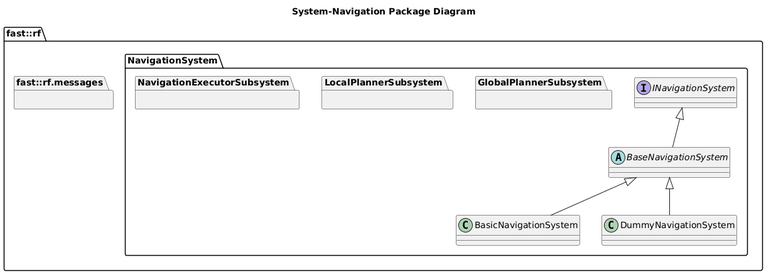
Before: Systems/Navigation/doc/puml/SystemNavigationPackageDiagram.png, a diagram exported from PlantUML (fastrobotics/robot_framework).
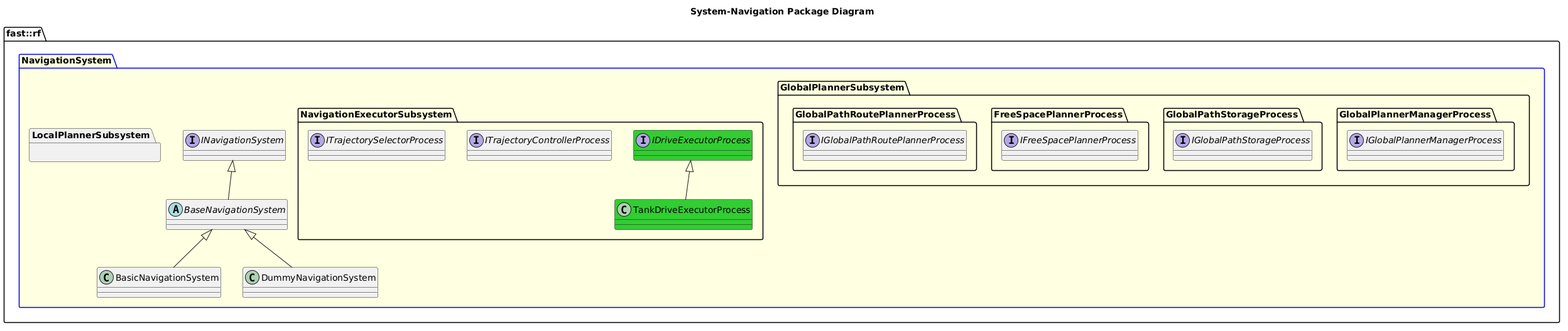
After the commit.

Change to the diagram source:
```diff
@@ -2,8 +2,7 @@
 title System-Navigation Package Diagram
 
 namespace fast::rf {
-  namespace messages  {}
-  namespace NavigationSystem {
+  package NavigationSystem #LightYellow;line:blue {
     interface INavigationSystem {
     }
     abstract BaseNavigationSystem {
@@ -16,14 +15,29 @@
     class DummyNavigationSystem  {
     }
     BaseNavigationSystem <|-- DummyNavigationSystem
-    package GlobalPlannerSubsystem {
+    namespace GlobalPlannerSubsystem {
+      namespace GlobalPlannerManagerProcess {
+        interface IGlobalPlannerManagerProcess
+      }
+      namespace GlobalPathStorageProcess {
+        interface IGlobalPathStorageProcess
+      }
+      namespace FreeSpacePlannerProcess {
+        interface IFreeSpacePlannerProcess
+      }
+      namespace GlobalPathRoutePlannerProcess {
+        interface IGlobalPathRoutePlannerProcess
+      }
+    }
+    namespace LocalPlannerSubsystem {
 
     }
-    package LocalPlannerSubsystem {
-
-    }
-    package NavigationExecutorSubsystem {
-
+    namespace NavigationExecutorSubsystem {
+      interface IDriveExecutorProcess #LimeGreen
+      class TankDriveExecutorProcess #LimeGreen
+      TankDriveExecutorProcess -up-|> IDriveExecutorProcess
+      interface ITrajectoryControllerProcess
+      interface ITrajectorySelectorProcess
     }
   }
 }
```
